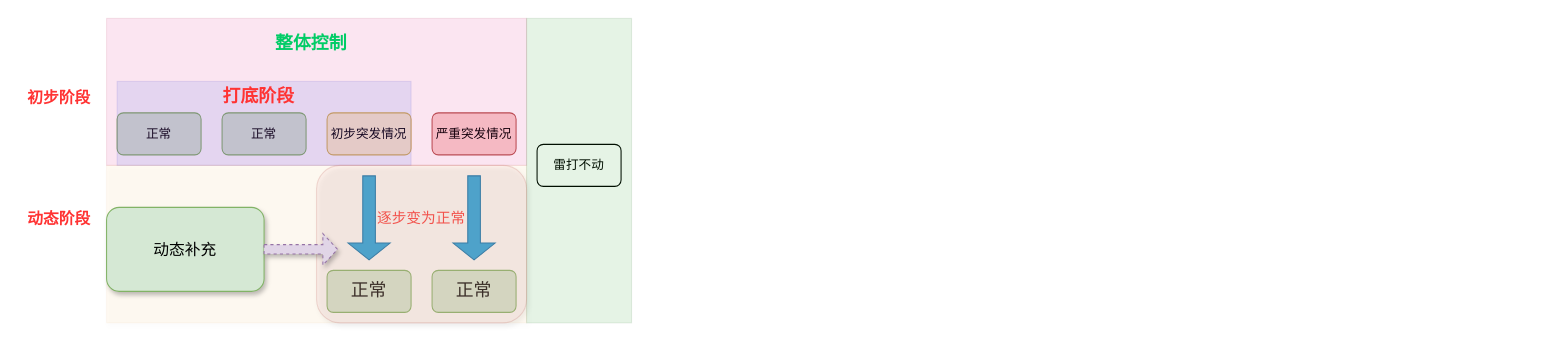
Above: 1-学习内容/LifeControl.drawio in jiaolong1988/summary (draw.io), before the change. Source tidied: cells renumbered, new cells numbered last; positions are measured from the earlier drawing's top-left corner, leaving out a move shared by most shapes. Both pictures are drawn from the tidied source at 105%, with x=0, y=0 at pixel (22, 18).
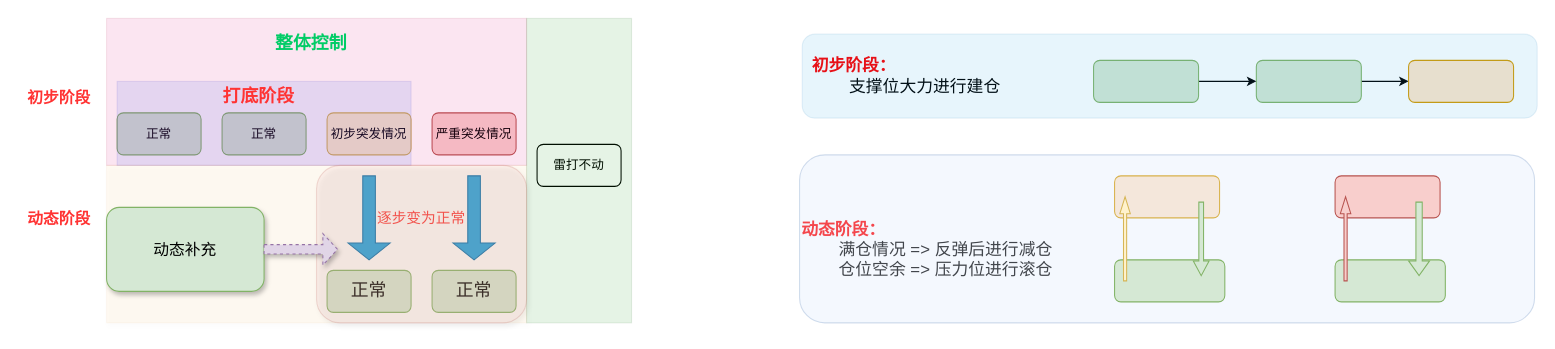
After the change.

The edit, as a diff of the source:
```diff
@@
+    <mxCell id="23" value="&lt;font style=&quot;font-size: 16px;&quot;&gt;&lt;font color=&quot;#ff0000&quot;&gt;&lt;b&gt;初步阶段：&lt;/b&gt;&lt;/font&gt;&lt;br&gt;&lt;span style=&quot;white-space: pre;&quot;&gt;&#9;&lt;/span&gt;支撑位大力进行建仓&lt;/font&gt;" style="text;html=1;align=left;verticalAlign=middle;strokeColor=none;fillColor=none;" parent="1" vertex="1">
+      <mxGeometry x="750" y="30" width="200" height="50" as="geometry" />
+    </mxCell>
+    <mxCell id="24" value="&lt;font style=&quot;font-size: 16px;&quot;&gt;&lt;font color=&quot;#ff0000&quot; style=&quot;font-size: 16px;&quot;&gt;&lt;b&gt;动态阶段：&lt;/b&gt;&lt;/font&gt;&lt;br&gt;&lt;span style=&quot;white-space: pre;&quot;&gt;&#9;&lt;/span&gt;满仓情况 =&amp;gt; 反弹后进行减仓&lt;br&gt;&lt;span style=&quot;white-space: pre;&quot;&gt;&#9;&lt;/span&gt;仓位空余 =&amp;gt; 压力位进行滚仓&lt;br&gt;&lt;/font&gt;" style="text;html=1;align=left;verticalAlign=middle;strokeColor=none;fillColor=none;" parent="1" vertex="1">
+      <mxGeometry x="740" y="185" width="260" height="70" as="geometry" />
+    </mxCell>
+    <mxCell id="25" style="rounded=1;whiteSpace=wrap;html=1;fillColor=#ffe6cc;strokeColor=#d79b00;" parent="1" vertex="1">
+      <mxGeometry x="1040" y="150" width="100" height="40" as="geometry" />
+    </mxCell>
+    <mxCell id="26" style="edgeStyle=orthogonalEdgeStyle;rounded=0;jettySize=auto;html=1;fontSize=16;fontColor=#FF0000;" parent="1" edge="1" source="27" target="30">
+      <mxGeometry relative="1" as="geometry" />
+    </mxCell>
+    <mxCell id="27" style="rounded=1;whiteSpace=wrap;html=1;fillColor=#d5e8d4;strokeColor=#82b366;" parent="1" vertex="1">
+      <mxGeometry x="1175" y="40" width="100" height="40" as="geometry" />
+    </mxCell>
+    <mxCell id="28" style="edgeStyle=orthogonalEdgeStyle;rounded=0;jettySize=auto;html=1;fontSize=16;fontColor=#FF0000;" parent="1" edge="1" source="29" target="27">
+      <mxGeometry relative="1" as="geometry" />
+    </mxCell>
+    <mxCell id="29" style="rounded=1;whiteSpace=wrap;html=1;fillColor=#d5e8d4;strokeColor=#82b366;" parent="1" vertex="1">
+      <mxGeometry x="1020" y="40" width="100" height="40" as="geometry" />
+    </mxCell>
+    <mxCell id="30" style="rounded=1;whiteSpace=wrap;html=1;fillColor=#ffe6cc;strokeColor=#d79b00;" parent="1" vertex="1">
+      <mxGeometry x="1320" y="40" width="100" height="40" as="geometry" />
+    </mxCell>
+    <mxCell id="31" style="rounded=1;whiteSpace=wrap;html=1;fontSize=16;opacity=10;fillColor=#1ba1e2;fontColor=#ffffff;strokeColor=#006EAF;" parent="1" vertex="1">
+      <mxGeometry x="742.5" y="15" width="700" height="80" as="geometry" />
+    </mxCell>
+    <mxCell id="32" style="rounded=1;whiteSpace=wrap;html=1;fontSize=16;opacity=30;fillColor=#dae8fc;strokeColor=#6c8ebf;" parent="1" vertex="1">
+      <mxGeometry x="740" y="130" width="700" height="160" as="geometry" />
+    </mxCell>
+    <mxCell id="33" style="rounded=1;whiteSpace=wrap;html=1;fillColor=#d5e8d4;strokeColor=#82b366;" parent="1" vertex="1">
+      <mxGeometry x="1040" y="230" width="105" height="40" as="geometry" />
+    </mxCell>
+    <mxCell id="34" style="shape=singleArrow;direction=south;whiteSpace=wrap;html=1;fontSize=16;fillColor=#d5e8d4;strokeColor=#82b366;" parent="1" vertex="1">
+      <mxGeometry x="1115" y="175" width="15" height="70" as="geometry" />
+    </mxCell>
+    <mxCell id="35" style="shape=singleArrow;direction=north;whiteSpace=wrap;html=1;fontSize=16;fillColor=#fff2cc;strokeColor=#d6b656;" parent="1" vertex="1">
+      <mxGeometry x="1045" y="170" width="10" height="80" as="geometry" />
+    </mxCell>
+    <mxCell id="36" style="rounded=1;whiteSpace=wrap;html=1;fillColor=#f8cecc;strokeColor=#b85450;" parent="1" vertex="1">
+      <mxGeometry x="1250" y="150" width="100" height="40" as="geometry" />
+    </mxCell>
+    <mxCell id="37" style="rounded=1;whiteSpace=wrap;html=1;fillColor=#d5e8d4;strokeColor=#82b366;" parent="1" vertex="1">
+      <mxGeometry x="1250" y="230" width="105" height="40" as="geometry" />
+    </mxCell>
+    <mxCell id="38" style="shape=singleArrow;direction=south;whiteSpace=wrap;html=1;fontSize=16;fillColor=#d5e8d4;strokeColor=#82b366;" parent="1" vertex="1">
+      <mxGeometry x="1320" y="175" width="20" height="70" as="geometry" />
+    </mxCell>
+    <mxCell id="39" style="shape=singleArrow;direction=north;whiteSpace=wrap;html=1;fontSize=16;fillColor=#f8cecc;strokeColor=#b85450;" parent="1" vertex="1">
+      <mxGeometry x="1255" y="170" width="10" height="80" as="geometry" />
+    </mxCell>
```
